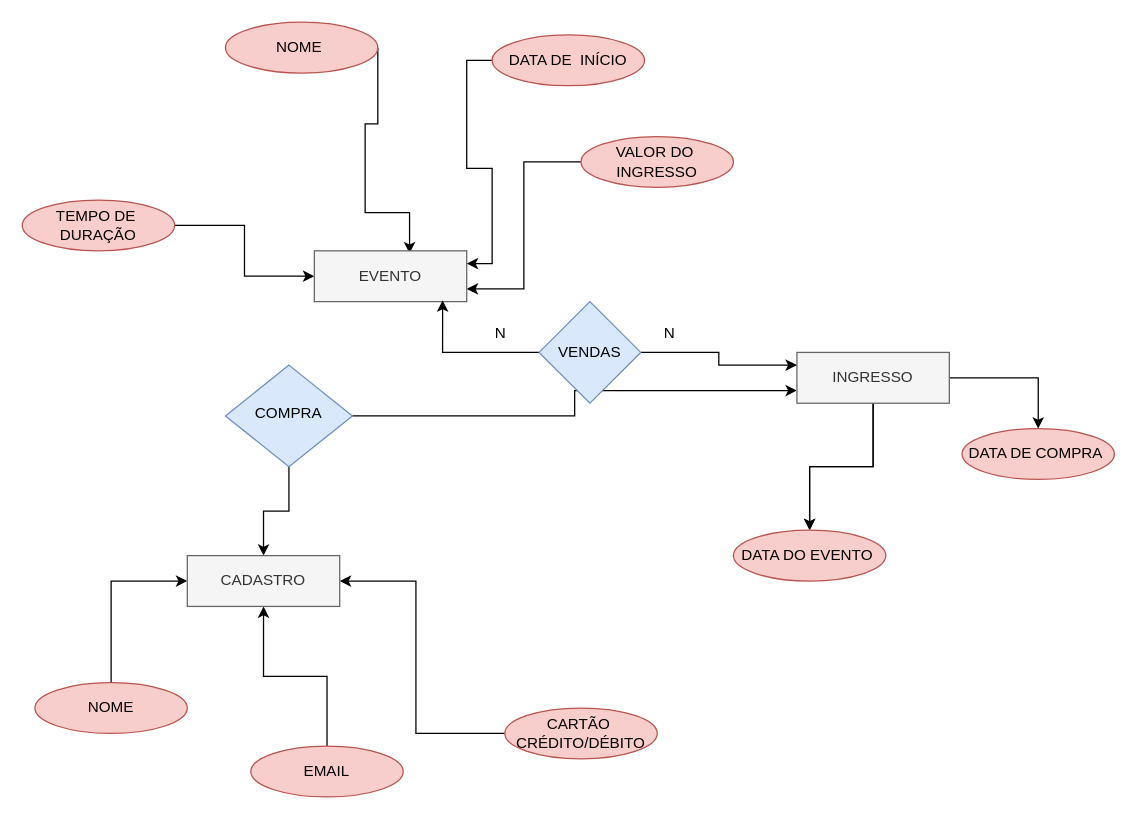
Earlier version of the draw.io diagram Diagrama sem nome.drawio (maelmascarenhas/AulaJavaUnicap). Source tidied: cells renumbered, new cells numbered last; positions are measured from the earlier drawing's top-left corner, leaving out a move shared by most shapes. Both pictures are drawn from the tidied source at 127%, with x=0, y=0 at pixel (22, 22).
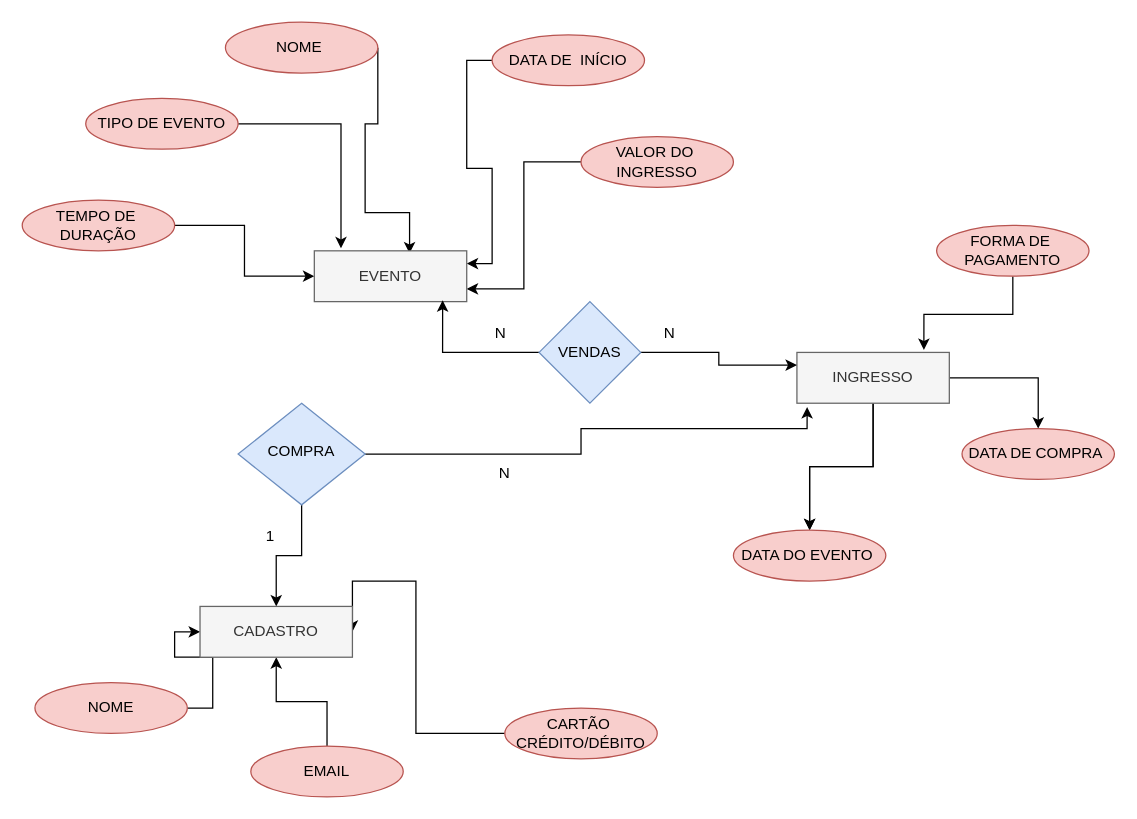
Above is the later version.

Commit message (it also covers changes not shown here):
BANCO DE DADOS

The change refers to these unchanged cells:
```xml
<mxCell id="19" value="EVENTO" style="rounded=0;whiteSpace=wrap;html=1;fillColor=#f5f5f5;strokeColor=#666666;fontColor=#333333;" parent="1" vertex="1">
  <mxGeometry x="230" y="180" width="120" height="40" as="geometry" />
</mxCell>
<mxCell id="24" value="INGRESSO" style="rounded=0;whiteSpace=wrap;html=1;fillColor=#f5f5f5;strokeColor=#666666;fontColor=#333333;" parent="1" vertex="1">
  <mxGeometry x="610" y="260" width="120" height="40" as="geometry" />
</mxCell>
```

What changed in the source:
```diff
@@
-    <mxCell id="3" style="edgeStyle=orthogonalEdgeStyle;rounded=0;jettySize=auto;html=1;entryX=0;entryY=0.75;entryDx=0;entryDy=0;" parent="1" edge="1" source="4" target="24">
-      <mxGeometry relative="1" as="geometry" />
+    <mxCell id="3" style="edgeStyle=orthogonalEdgeStyle;rounded=0;jettySize=auto;html=1;entryX=0.067;entryY=1.075;entryDx=0;entryDy=0;entryPerimeter=0;" parent="1" edge="1" source="4" target="24">
+      <mxGeometry relative="1" as="geometry">
+        <Array as="points">
+          <mxPoint x="440" y="340" />
+          <mxPoint x="440" y="320" />
+          <mxPoint x="618" y="320" />
+        </Array>
+      </mxGeometry>
     </mxCell>
     <mxCell id="4" value="COMPRA" style="rhombus;whiteSpace=wrap;html=1;shadow=0;fontFamily=Helvetica;fontSize=12;align=center;strokeWidth=1;spacing=6;spacingTop=-4;fillColor=#dae8fc;strokeColor=#6c8ebf;" parent="1" vertex="1">
-      <mxGeometry x="160" y="270" width="100" height="80" as="geometry" />
+      <mxGeometry x="170" y="300" width="100" height="80" as="geometry" />
     </mxCell>
@@
     <mxCell id="20" value="CADASTRO" style="rounded=0;whiteSpace=wrap;html=1;fillColor=#f5f5f5;fontColor=#333333;strokeColor=#666666;" parent="1" vertex="1">
-      <mxGeometry x="130" y="420" width="120" height="40" as="geometry" />
+      <mxGeometry x="140" y="460" width="120" height="40" as="geometry" />
     </mxCell>
@@
+    <mxCell id="32" style="edgeStyle=orthogonalEdgeStyle;rounded=0;jettySize=auto;html=1;entryX=0.175;entryY=-0.05;entryDx=0;entryDy=0;entryPerimeter=0;" parent="1" edge="1" source="33" target="19">
+      <mxGeometry relative="1" as="geometry" />
+    </mxCell>
+    <mxCell id="33" value="TIPO DE EVENTO" style="ellipse;whiteSpace=wrap;html=1;fillColor=#f8cecc;strokeColor=#b85450;" parent="1" vertex="1">
+      <mxGeometry x="50" y="60" width="120" height="40" as="geometry" />
+    </mxCell>
+    <mxCell id="34" value="N" style="text;html=1;strokeColor=none;fillColor=none;align=center;verticalAlign=middle;whiteSpace=wrap;rounded=0;" parent="1" vertex="1">
+      <mxGeometry x="350" y="340" width="60" height="30" as="geometry" />
+    </mxCell>
+    <mxCell id="35" value="1" style="text;html=1;align=center;verticalAlign=middle;strokeColor=none;fillColor=none;rotation=0;" parent="1" vertex="1">
+      <mxGeometry x="180" y="390" width="30" height="30" as="geometry" />
+    </mxCell>
+    <mxCell id="36" style="edgeStyle=orthogonalEdgeStyle;rounded=0;jettySize=auto;html=1;entryX=0.833;entryY=-0.05;entryDx=0;entryDy=0;entryPerimeter=0;" parent="1" edge="1" source="37" target="24">
+      <mxGeometry relative="1" as="geometry" />
+    </mxCell>
+    <mxCell id="37" value="FORMA DE&amp;nbsp;&lt;br&gt;PAGAMENTO" style="ellipse;whiteSpace=wrap;html=1;fillColor=#f8cecc;strokeColor=#b85450;" parent="1" vertex="1">
+      <mxGeometry x="720" y="160" width="120" height="40" as="geometry" />
+    </mxCell>
```
